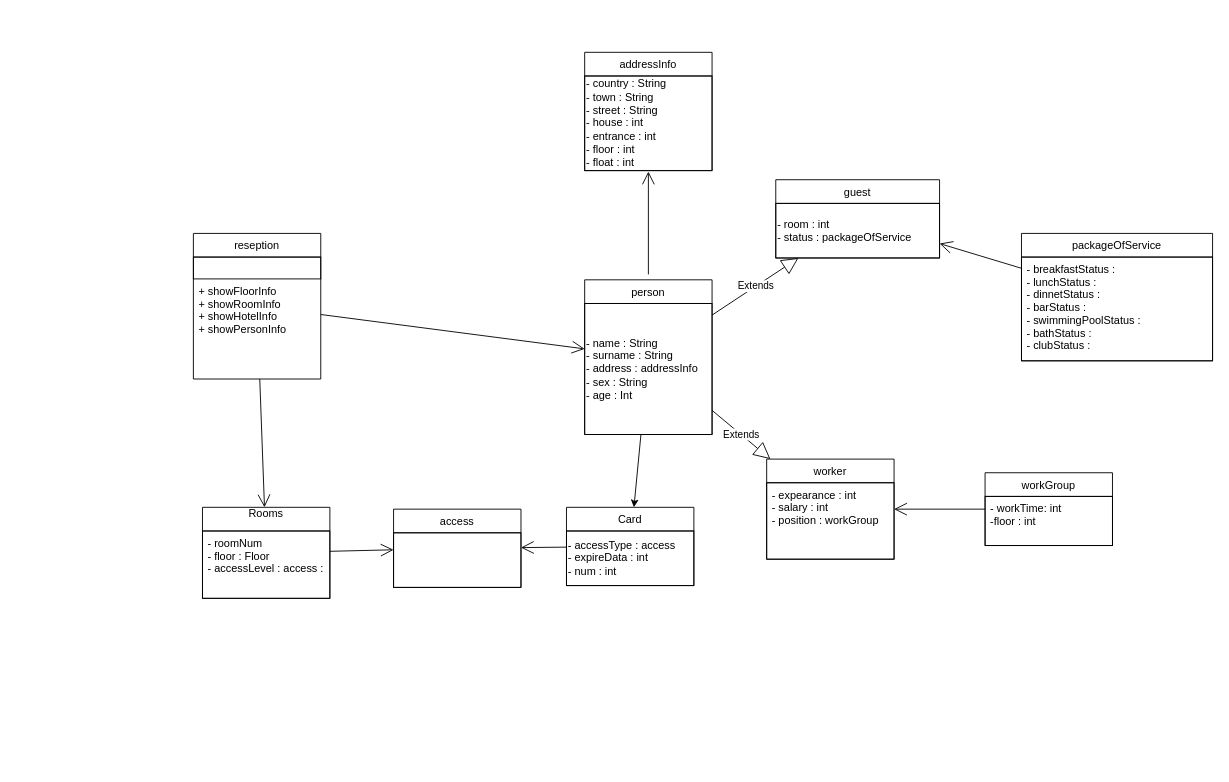
Above: doc/umlclass.drawio in Brisoul/Hotel-bussiness-administration (draw.io), before the change. Source tidied: cells renumbered, new cells numbered last; positions are measured from the earlier drawing's top-left corner, leaving out a move shared by most shapes. Both pictures are drawn from the tidied source at 91%, with x=0, y=0 at pixel (193, 52).
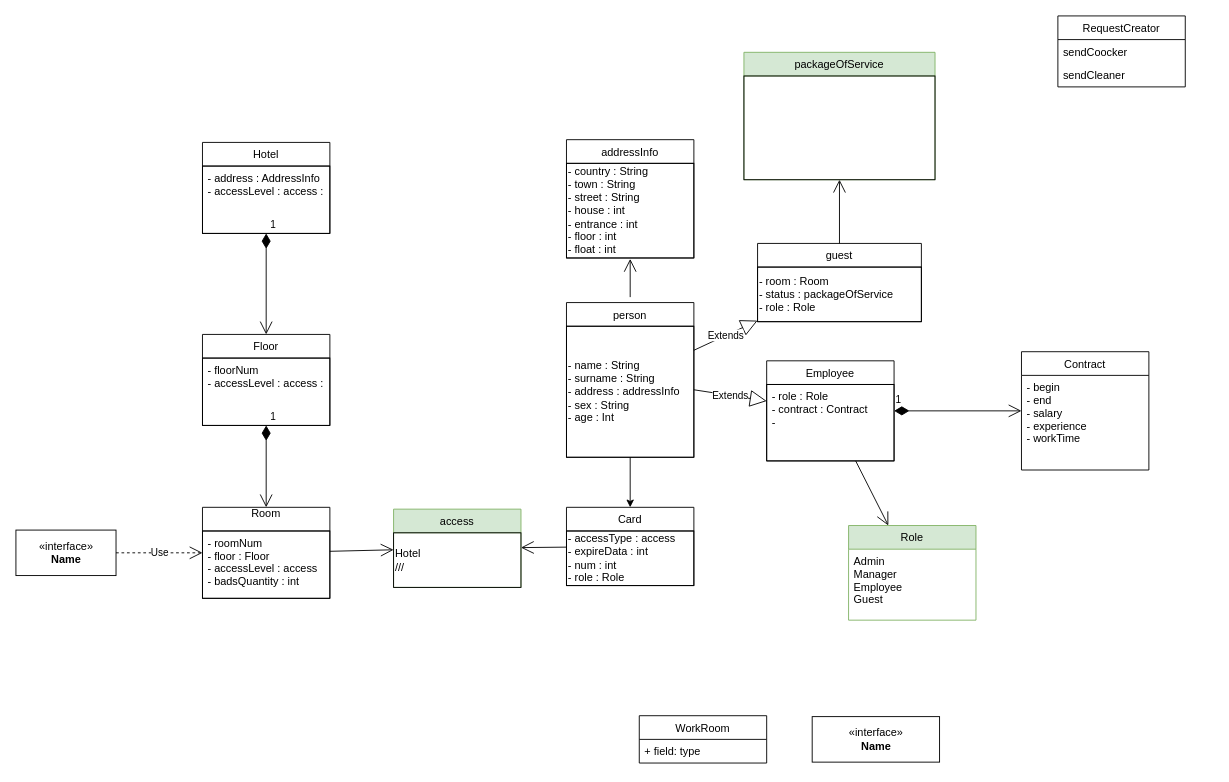
Above is the later version.

Unchanged cells that the change refers to:
```xml
<mxCell id="4" value="Card" style="swimlane;fontStyle=0;horizontal=1;startSize=26;fillColor=none;" parent="1" vertex="1">
  <mxGeometry x="410" y="500" width="140" height="86" as="geometry" />
</mxCell>
```

The edit, as a diff of the source:
```diff
@@
-    <mxCell id="2" value="Rooms&#10;" style="swimlane;fontStyle=0;horizontal=1;startSize=26;fillColor=none;" parent="1" vertex="1">
+    <mxCell id="2" value="Room&#10;" style="swimlane;fontStyle=0;horizontal=1;startSize=26;fillColor=none;" parent="1" vertex="1">
       <mxGeometry x="10" y="500" width="140" height="100" as="geometry" />
     </mxCell>
-    <mxCell id="3" value="- roomNum&#10;- floor : Floor&#10;- accessLevel : access :" style="text;strokeColor=default;fillColor=none;align=left;verticalAlign=top;spacingLeft=4;spacingRight=4;overflow=hidden;" parent="2" vertex="1">
+    <mxCell id="3" value="- roomNum&#10;- floor : Floor&#10;- accessLevel : access&#10;- badsQuantity : int" style="text;strokeColor=default;fillColor=none;align=left;verticalAlign=top;spacingLeft=4;spacingRight=4;overflow=hidden;" parent="2" vertex="1">
       <mxGeometry y="26" width="140" height="74" as="geometry" />
     </mxCell>
@@
-    <mxCell id="5" value="- accessType : access&lt;br&gt;- expireData : int&lt;br&gt;- num : int" style="rounded=0;whiteSpace=wrap;html=1;strokeColor=default;fillColor=none;align=left;" parent="4" vertex="1">
+    <mxCell id="5" value="- accessType : access&lt;br&gt;- expireData : int&lt;br&gt;- num : int&lt;br&gt;- role : Role" style="rounded=0;whiteSpace=wrap;html=1;strokeColor=default;fillColor=none;align=left;" parent="4" vertex="1">
       <mxGeometry y="26" width="140" height="60" as="geometry" />
     </mxCell>
     <mxCell id="6" value="guest" style="swimlane;fontStyle=0;horizontal=1;startSize=26;fillColor=none;" parent="1" vertex="1">
-      <mxGeometry x="640" y="140" width="180" height="86" as="geometry" />
+      <mxGeometry x="620" y="210" width="180" height="86" as="geometry" />
     </mxCell>
-    <mxCell id="7" value="- room : int&lt;br&gt;- status : packageOfService" style="rounded=0;whiteSpace=wrap;html=1;strokeColor=default;fillColor=none;align=left;" parent="6" vertex="1">
+    <mxCell id="7" value="- room : Room&lt;br&gt;- status : packageOfService&lt;br&gt;- role : Role" style="rounded=0;whiteSpace=wrap;html=1;strokeColor=default;fillColor=none;align=left;" parent="6" vertex="1">
       <mxGeometry y="26" width="180" height="60" as="geometry" />
     </mxCell>
-    <mxCell id="8" value="worker" style="swimlane;fontStyle=0;horizontal=1;startSize=26;fillColor=none;" parent="1" vertex="1">
-      <mxGeometry x="630" y="447" width="140" height="110" as="geometry" />
+    <mxCell id="8" value="Employee" style="swimlane;fontStyle=0;horizontal=1;startSize=26;fillColor=none;" parent="1" vertex="1">
+      <mxGeometry x="630" y="339" width="140" height="110" as="geometry" />
     </mxCell>
-    <mxCell id="9" value="- expearance : int &#10;- salary : int&#10;- position : workGroup" style="text;strokeColor=default;fillColor=none;align=left;verticalAlign=top;spacingLeft=4;spacingRight=4;overflow=hidden;" parent="8" vertex="1">
+    <mxCell id="9" value="- role : Role&#10;- contract : Contract&#10;- " style="text;strokeColor=default;fillColor=none;align=left;verticalAlign=top;spacingLeft=4;spacingRight=4;overflow=hidden;" parent="8" vertex="1">
       <mxGeometry y="26" width="140" height="84" as="geometry" />
     </mxCell>
     <mxCell id="10" value="person" style="swimlane;fontStyle=0;horizontal=1;startSize=26;fillColor=none;" parent="1" vertex="1">
-      <mxGeometry x="430" y="250" width="140" height="170" as="geometry" />
+      <mxGeometry x="410" y="275" width="140" height="170" as="geometry" />
     </mxCell>
@@
-    <mxCell id="12" value="workGroup" style="swimlane;fontStyle=0;horizontal=1;startSize=26;fillColor=none;" parent="1" vertex="1">
-      <mxGeometry x="870" y="462" width="140" height="80" as="geometry" />
-    </mxCell>
-    <mxCell id="13" value="- workTime: int&#10;-floor : int" style="text;strokeColor=default;fillColor=none;align=left;verticalAlign=top;spacingLeft=4;spacingRight=4;overflow=hidden;" parent="12" vertex="1">
-      <mxGeometry y="26" width="140" height="54" as="geometry" />
-    </mxCell>
-    <mxCell id="14" value="access" style="swimlane;fontStyle=0;horizontal=1;startSize=26;fillColor=none;" parent="1" vertex="1">
+    <mxCell id="14" value="access" style="swimlane;fontStyle=0;horizontal=1;startSize=26;fillColor=#d5e8d4;strokeColor=#82b366;" parent="1" vertex="1">
       <mxGeometry x="220" y="502" width="140" height="86" as="geometry" />
     </mxCell>
-    <mxCell id="15" style="rounded=0;whiteSpace=wrap;html=1;strokeColor=default;fillColor=none;align=left;" parent="14" vertex="1">
+    <mxCell id="15" value="Hotel&lt;br&gt;///" style="rounded=0;whiteSpace=wrap;html=1;strokeColor=default;fillColor=none;align=left;" parent="14" vertex="1">
       <mxGeometry y="26" width="140" height="60" as="geometry" />
     </mxCell>
@@
-    <mxCell id="19" value="packageOfService" style="swimlane;fontStyle=0;horizontal=1;startSize=26;fillColor=none;" parent="1" vertex="1">
-      <mxGeometry x="910" y="199" width="210" height="140" as="geometry" />
+    <mxCell id="19" value="packageOfService" style="swimlane;fontStyle=0;horizontal=1;startSize=26;fillColor=#d5e8d4;strokeColor=#82b366;" parent="1" vertex="1">
+      <mxGeometry x="605" width="210" height="140" as="geometry" />
     </mxCell>
-    <mxCell id="20" value="- breakfastStatus : &#10;- lunchStatus :&#10;- dinnetStatus : &#10;- barStatus : &#10;- swimmingPoolStatus : &#10;- bathStatus : &#10;- clubStatus :&#10;&#10;" style="text;strokeColor=default;fillColor=none;align=left;verticalAlign=top;spacingLeft=4;spacingRight=4;overflow=hidden;" parent="19" vertex="1">
+    <mxCell id="20" style="text;strokeColor=default;fillColor=none;align=left;verticalAlign=top;spacingLeft=4;spacingRight=4;overflow=hidden;" parent="19" vertex="1">
       <mxGeometry y="26" width="210" height="114" as="geometry" />
     </mxCell>
-    <mxCell id="21" style="endArrow=open;endFill=1;endSize=12;html=1;rounded=0;" parent="1" edge="1" source="19" target="6">
-      <mxGeometry relative="1" as="geometry" />
-    </mxCell>
@@
-    <mxCell id="23" value="reseption" style="swimlane;fontStyle=0;horizontal=1;startSize=26;fillColor=none;" parent="1" vertex="1">
-      <mxGeometry y="199" width="140" height="160" as="geometry" />
-    </mxCell>
-    <mxCell id="24" style="text;strokeColor=default;fillColor=none;align=left;verticalAlign=top;spacingLeft=4;spacingRight=4;overflow=hidden;" parent="23" vertex="1">
-      <mxGeometry y="26" width="140" height="24" as="geometry" />
-    </mxCell>
-    <mxCell id="25" value="+ showFloorInfo&#10;+ showRoomInfo&#10;+ showHotelInfo&#10;+ showPersonInfo" style="text;strokeColor=none;fillColor=none;align=left;verticalAlign=top;spacingLeft=4;spacingRight=4;overflow=hidden;" parent="23" vertex="1">
-      <mxGeometry y="50" width="140" height="110" as="geometry" />
-    </mxCell>
     <mxCell id="26" value="addressInfo" style="swimlane;fontStyle=0;horizontal=1;startSize=26;fillColor=none;strokeColor=default;" parent="1" vertex="1">
-      <mxGeometry x="430" width="140" height="130" as="geometry" />
+      <mxGeometry x="410" y="96" width="140" height="130" as="geometry" />
     </mxCell>
@@
-    <mxCell id="29" style="endArrow=open;endFill=1;endSize=12;html=1;rounded=0;" parent="1" edge="1" source="23" target="10">
-      <mxGeometry relative="1" as="geometry" />
-    </mxCell>
-    <mxCell id="30" style="endArrow=open;endFill=1;endSize=12;html=1;rounded=0;" parent="1" edge="1" source="23" target="2">
-      <mxGeometry relative="1" as="geometry" />
-    </mxCell>
@@
-    <mxCell id="32" style="endArrow=open;endFill=1;endSize=12;html=1;rounded=0;" parent="1" edge="1" source="12" target="8">
-      <mxGeometry relative="1" as="geometry" />
-    </mxCell>
+    <mxCell id="33" value="Floor" style="swimlane;fontStyle=0;horizontal=1;startSize=26;fillColor=none;" parent="1" vertex="1">
+      <mxGeometry x="10" y="310" width="140" height="100" as="geometry" />
+    </mxCell>
+    <mxCell id="34" value="- floorNum&#10;- accessLevel : access :" style="text;strokeColor=default;fillColor=none;align=left;verticalAlign=top;spacingLeft=4;spacingRight=4;overflow=hidden;" parent="33" vertex="1">
+      <mxGeometry y="26" width="140" height="74" as="geometry" />
+    </mxCell>
+    <mxCell id="35" value="Hotel" style="swimlane;fontStyle=0;horizontal=1;startSize=26;fillColor=none;" parent="1" vertex="1">
+      <mxGeometry x="10" y="99" width="140" height="100" as="geometry" />
+    </mxCell>
+    <mxCell id="36" value="- address : AddressInfo&#10;- accessLevel : access :" style="text;strokeColor=default;fillColor=none;align=left;verticalAlign=top;spacingLeft=4;spacingRight=4;overflow=hidden;" parent="35" vertex="1">
+      <mxGeometry y="26" width="140" height="74" as="geometry" />
+    </mxCell>
+    <mxCell id="37" value="1" style="endArrow=open;html=1;endSize=12;startArrow=diamondThin;startSize=14;startFill=1;align=left;verticalAlign=bottom;rounded=0;" parent="1" edge="1" source="33" target="2">
+      <mxGeometry x="-1" y="3" relative="1" as="geometry" />
+    </mxCell>
+    <mxCell id="38" value="1" style="endArrow=open;html=1;endSize=12;startArrow=diamondThin;startSize=14;startFill=1;align=left;verticalAlign=bottom;rounded=0;" parent="1" edge="1" source="35" target="33">
+      <mxGeometry x="-1" y="3" relative="1" as="geometry" />
+    </mxCell>
+    <mxCell id="39" value="Contract" style="swimlane;fontStyle=0;horizontal=1;startSize=26;fillColor=none;" parent="1" vertex="1">
+      <mxGeometry x="910" y="329" width="140" height="130" as="geometry" />
+    </mxCell>
+    <mxCell id="40" value="- begin&#10;- end&#10;- salary&#10;- experience&#10;- workTime&#10;" style="text;strokeColor=none;fillColor=none;align=left;verticalAlign=top;spacingLeft=4;spacingRight=4;overflow=hidden;" parent="39" vertex="1">
+      <mxGeometry y="26" width="140" height="104" as="geometry" />
+    </mxCell>
+    <mxCell id="41" value="Role" style="swimlane;fontStyle=0;horizontal=1;startSize=26;fillColor=#d5e8d4;strokeColor=#82b366;" parent="1" vertex="1">
+      <mxGeometry x="720" y="520" width="140" height="104" as="geometry" />
+    </mxCell>
+    <mxCell id="42" value="Admin&#10;Manager&#10;Employee&#10;Guest" style="text;strokeColor=none;fillColor=none;align=left;verticalAlign=top;spacingLeft=4;spacingRight=4;overflow=hidden;" parent="41" vertex="1">
+      <mxGeometry y="26" width="140" height="78" as="geometry" />
+    </mxCell>
+    <mxCell id="43" style="endArrow=open;endFill=1;endSize=12;html=1;rounded=0;" parent="1" edge="1" source="8" target="41">
+      <mxGeometry relative="1" as="geometry" />
+    </mxCell>
+    <mxCell id="44" style="endArrow=open;endFill=1;endSize=12;html=1;rounded=0;" parent="1" edge="1" source="6" target="19">
+      <mxGeometry relative="1" as="geometry" />
+    </mxCell>
+    <mxCell id="45" value="1" style="endArrow=open;html=1;endSize=12;startArrow=diamondThin;startSize=14;startFill=1;align=left;verticalAlign=bottom;rounded=0;" parent="1" edge="1" source="8" target="39">
+      <mxGeometry x="-1" y="3" relative="1" as="geometry" />
+    </mxCell>
+    <mxCell id="46" value="WorkRoom" style="swimlane;fontStyle=0;horizontal=1;startSize=26;fillColor=none;" parent="1" vertex="1">
+      <mxGeometry x="490" y="729" width="140" height="52" as="geometry" />
+    </mxCell>
+    <mxCell id="47" value="+ field: type" style="text;strokeColor=none;fillColor=none;align=left;verticalAlign=top;spacingLeft=4;spacingRight=4;overflow=hidden;" parent="46" vertex="1">
+      <mxGeometry y="26" width="140" height="26" as="geometry" />
+    </mxCell>
+    <mxCell id="48" value="&amp;laquo;interface&amp;raquo;&lt;br&gt;&lt;b&gt;Name&lt;/b&gt;" style="html=1;" parent="1" vertex="1">
+      <mxGeometry x="680" y="730" width="140" height="50" as="geometry" />
+    </mxCell>
+    <mxCell id="49" value="&amp;laquo;interface&amp;raquo;&lt;br&gt;&lt;b&gt;Name&lt;/b&gt;" style="html=1;fillColor=none;" parent="1" vertex="1">
+      <mxGeometry x="-195" y="525" width="110" height="50" as="geometry" />
+    </mxCell>
+    <mxCell id="50" value="Use" style="endArrow=open;endSize=12;dashed=1;html=1;rounded=0;" parent="1" edge="1" source="49" target="2">
+      <mxGeometry relative="1" as="geometry" />
+    </mxCell>
+    <mxCell id="51" value="RequestCreator" style="swimlane;fontStyle=0;horizontal=1;startSize=26;fillColor=none;" parent="1" vertex="1">
+      <mxGeometry x="950" y="-40" width="140" height="78" as="geometry" />
+    </mxCell>
+    <mxCell id="52" value="sendCoocker" style="text;strokeColor=none;fillColor=none;align=left;verticalAlign=top;spacingLeft=4;spacingRight=4;overflow=hidden;" parent="51" vertex="1">
+      <mxGeometry y="26" width="140" height="26" as="geometry" />
+    </mxCell>
+    <mxCell id="53" value="sendCleaner" style="text;strokeColor=none;fillColor=none;align=left;verticalAlign=top;spacingLeft=4;spacingRight=4;overflow=hidden;" parent="51" vertex="1">
+      <mxGeometry y="52" width="140" height="26" as="geometry" />
+    </mxCell>
```
